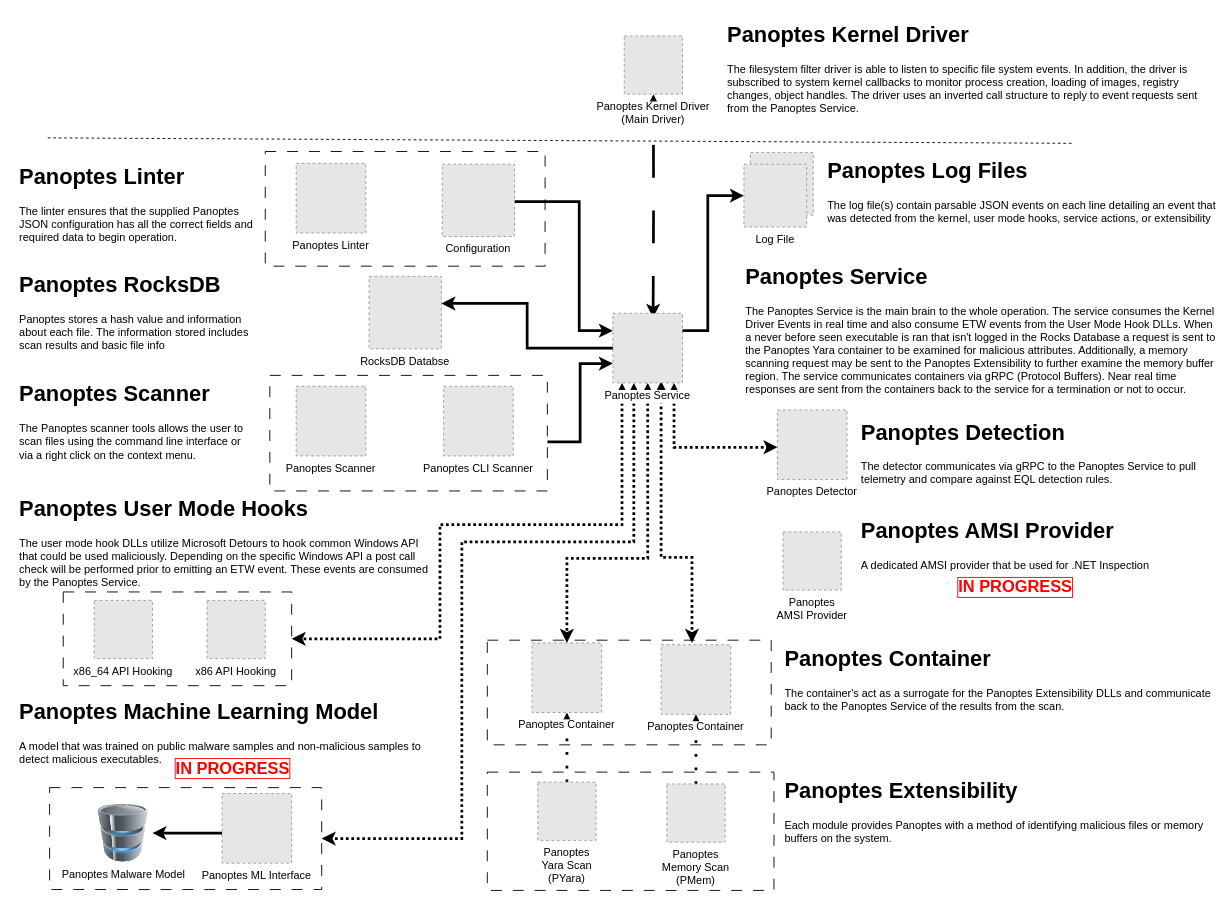
The draw.io diagram assets/diagrams/diagrams.drawio in Ap3x/Panoptes, before the edit. Source tidied: cells renumbered, new cells numbered last; positions are measured from the earlier drawing's top-left corner, leaving out a move shared by most shapes. Both pictures are drawn from the tidied source at 91%, with x=0, y=0 at pixel (17, 15). Pictures stored in the file or linked from it are replaced by grey dashed boxes.
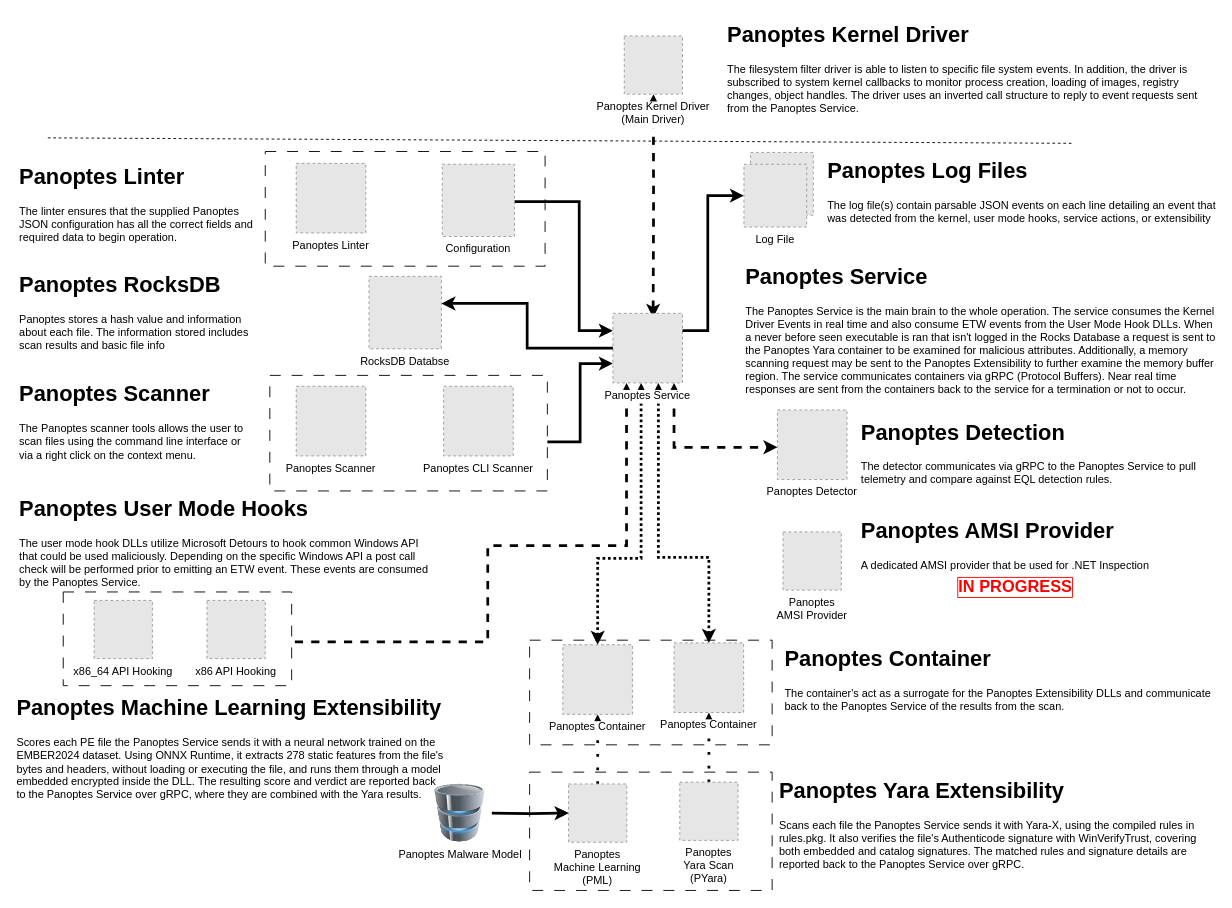
The same diagram, later.

The change refers to these unchanged cells:
```xml
<mxCell id="11" style="rounded=0;whiteSpace=wrap;html=1;fillColor=none;dashed=1;dashPattern=12 12;" parent="1" vertex="1">
  <mxGeometry x="50" y="633" width="251" height="103" as="geometry" />
</mxCell>
<mxCell id="19" value="Panoptes Service" style="fillColor=#E6E6E6;strokeColor=#999999;dashed=1;verticalLabelPosition=bottom;labelBackgroundColor=default;verticalAlign=top;" parent="1" vertex="1">
  <mxGeometry x="654" y="326.8" width="76.5" height="76.5" as="geometry" />
</mxCell>
<mxCell id="34" value="Panoptes Kernel Driver&#10;(Main Driver)" style="fillColor=#E6E6E6;strokeColor=#999999;dashed=1;verticalLabelPosition=bottom;labelBackgroundColor=default;verticalAlign=top;" parent="1" vertex="1">
  <mxGeometry x="666.5" y="22" width="64" height="64" as="geometry" />
</mxCell>
<mxCell id="55" value="Panoptes Detector" style="fillColor=#E6E6E6;strokeColor=#999999;dashed=1;verticalLabelPosition=bottom;labelBackgroundColor=default;verticalAlign=top;" parent="1" vertex="1">
  <mxGeometry x="834.8" y="433" width="76.5" height="76.5" as="geometry" />
</mxCell>
```

Change to the diagram source:
```diff
@@
-    <mxCell id="2" style="edgeStyle=orthogonalEdgeStyle;rounded=0;jettySize=auto;html=1;dashed=1;dashPattern=1 1;strokeWidth=3;startArrow=classic;startFill=1;flowAnimation=1;flowAnimationDirection=alternate;flowAnimationTimingFunction=linear;flowAnimationDuration=2000;" parent="1" edge="1" source="19" target="55">
+    <mxCell id="2" style="edgeStyle=orthogonalEdgeStyle;rounded=0;jettySize=auto;html=1;dashed=1;strokeWidth=3;startArrow=classic;startFill=1;flowAnimation=1;flowAnimationDirection=alternate;flowAnimationTimingFunction=linear;flowAnimationDuration=2000;" parent="1" edge="1" source="19" target="55">
       <mxGeometry x="-0.05" relative="1" as="geometry">
         <Array as="points">
           <mxPoint x="721.2" y="474" />
         </Array>
       </mxGeometry>
     </mxCell>
@@
-    <mxCell id="5" style="rounded=0;whiteSpace=wrap;html=1;fillColor=none;dashed=1;dashPattern=12 12;" parent="1" vertex="1">
-      <mxGeometry x="35" y="848" width="299" height="112" as="geometry" />
-    </mxCell>
-    <mxCell id="6" style="edgeStyle=orthogonalEdgeStyle;rounded=0;jettySize=auto;html=1;dashed=1;dashPattern=1 1;strokeWidth=3;startArrow=classic;startFill=1;flowAnimation=1;flowAnimationDirection=alternate;flowAnimationTimingFunction=linear;flowAnimationDuration=2000;" parent="1" edge="1" source="19" target="5">
-      <mxGeometry x="0.33" relative="1" as="geometry">
-        <Array as="points">
-          <mxPoint x="677" y="578" />
-          <mxPoint x="488" y="578" />
-          <mxPoint x="488" y="904" />
-        </Array>
-      </mxGeometry>
-    </mxCell>
     <mxCell id="7" style="rounded=0;whiteSpace=wrap;html=1;fillColor=none;dashed=1;dashPattern=12 12;" parent="1" vertex="1">
-      <mxGeometry x="516" y="831" width="315" height="130" as="geometry" />
+      <mxGeometry x="562.5" y="831" width="266.5" height="130" as="geometry" />
     </mxCell>
-    <mxCell id="8" style="edgeStyle=orthogonalEdgeStyle;rounded=0;jettySize=auto;html=1;dashed=1;dashPattern=1 1;strokeWidth=3;startArrow=classic;startFill=1;flowAnimation=1;flowAnimationDirection=alternate;flowAnimationTimingFunction=linear;flowAnimationDuration=2000;" parent="1" edge="1" source="19" target="11">
+    <mxCell id="8" style="edgeStyle=orthogonalEdgeStyle;rounded=0;jettySize=auto;html=1;dashed=1;strokeWidth=3;startArrow=classic;startFill=1;flowAnimation=1;flowAnimationDirection=reverse;flowAnimationTimingFunction=linear;flowAnimationDuration=2000;endArrow=none;endFill=0;" parent="1" edge="1" source="19" target="11">
       <mxGeometry x="0.54" relative="1" as="geometry">
         <Array as="points">
-          <mxPoint x="664" y="559" />
-          <mxPoint x="464" y="559" />
-          <mxPoint x="464" y="684.5" />
+          <mxPoint x="669" y="582.1" />
+          <mxPoint x="516.5" y="582.1" />
+          <mxPoint x="516.5" y="687.9" />
         </Array>
       </mxGeometry>
     </mxCell>
@@
     <mxCell id="12" style="rounded=0;whiteSpace=wrap;html=1;fillColor=none;dashed=1;dashPattern=12 12;" parent="1" vertex="1">
-      <mxGeometry x="516" y="686" width="312" height="115" as="geometry" />
+      <mxGeometry x="562.5" y="686" width="266.5" height="115" as="geometry" />
     </mxCell>
@@
-    <mxCell id="16" style="edgeStyle=orthogonalEdgeStyle;rounded=0;jettySize=auto;html=1;dashed=1;dashPattern=1 1;strokeWidth=3;startArrow=classic;startFill=1;flowAnimation=1;flowAnimationDirection=alternate;flowAnimationTimingFunction=linear;flowAnimationDuration=2000;exitX=0.5;exitY=1;exitDx=0;exitDy=0;entryX=0.5;entryY=0;entryDx=0;entryDy=0;" parent="1" edge="1" source="19" target="22">
-      <mxGeometry relative="1" as="geometry">
+    <mxCell id="16" style="edgeStyle=orthogonalEdgeStyle;rounded=0;jettySize=auto;html=1;dashed=1;dashPattern=1 1;strokeWidth=3;startArrow=classic;startFill=1;flowAnimation=1;flowAnimationDirection=alternate;flowAnimationTimingFunction=linear;flowAnimationDuration=2000;entryX=0.5;entryY=0;entryDx=0;entryDy=0;" parent="1" edge="1" source="19" target="38">
+      <mxGeometry x="0.41" relative="1" as="geometry">
         <Array as="points">
-          <mxPoint x="692.3" y="596" />
-          <mxPoint x="603.5" y="596" />
+          <mxPoint x="685" y="596" />
+          <mxPoint x="637.3" y="596" />
         </Array>
       </mxGeometry>
     </mxCell>
-    <mxCell id="17" style="edgeStyle=orthogonalEdgeStyle;rounded=0;orthogonalLoop=1;jettySize=auto;html=1;dashed=1;dashPattern=1 1;strokeWidth=3;startArrow=classic;startFill=1;flowAnimation=1;flowAnimationDirection=alternate;flowAnimationTimingFunction=linear;flowAnimationDuration=2000;exitX=0.75;exitY=1;exitDx=0;exitDy=0;entryX=0.5;entryY=0;entryDx=0;entryDy=0;" parent="1" edge="1">
+    <mxCell id="17" style="edgeStyle=orthogonalEdgeStyle;rounded=0;jettySize=auto;html=1;dashed=1;dashPattern=1 1;strokeWidth=3;startArrow=classic;startFill=1;flowAnimation=1;flowAnimationDirection=alternate;flowAnimationTimingFunction=linear;flowAnimationDuration=2000;entryX=0.5;entryY=0;entryDx=0;entryDy=0;" parent="1" edge="1" source="19" target="22">
       <mxGeometry x="0.23" relative="1" as="geometry">
-        <mxPoint x="707" y="401.2" as="sourcePoint" />
-        <mxPoint x="740.9" y="689" as="targetPoint" />
         <Array as="points">
-          <mxPoint x="707" y="595" />
-          <mxPoint x="740.9" y="595" />
+          <mxPoint x="704" y="595" />
+          <mxPoint x="759.5" y="595" />
         </Array>
       </mxGeometry>
     </mxCell>
-    <mxCell id="18" style="edgeStyle=orthogonalEdgeStyle;rounded=0;jettySize=auto;html=1;dashed=1;dashPattern=12 12;strokeWidth=3;startArrow=classic;startFill=1;flowAnimation=1;flowAnimationDirection=normal;flowAnimationTimingFunction=linear;flowAnimationDuration=1000;entryX=0.5;entryY=1;entryDx=0;entryDy=0;" parent="1" edge="1" target="34">
+    <mxCell id="18" style="edgeStyle=orthogonalEdgeStyle;rounded=0;jettySize=auto;html=1;dashed=1;strokeWidth=3;startArrow=classic;startFill=1;flowAnimation=1;flowAnimationDirection=reverse;flowAnimationTimingFunction=linear;flowAnimationDuration=1000;entryX=0.5;entryY=1;entryDx=0;entryDy=0;" parent="1" edge="1" target="34">
       <mxGeometry relative="1" as="geometry">
         <mxPoint x="698.2" y="331.8" as="sourcePoint" />
       </mxGeometry>
     </mxCell>
@@
     <mxCell id="22" value="Panoptes Container" style="fillColor=#E6E6E6;strokeColor=#999999;dashed=1;verticalLabelPosition=bottom;labelBackgroundColor=default;verticalAlign=top;" parent="1" vertex="1">
-      <mxGeometry x="565.2" y="689" width="76.5" height="76.5" as="geometry" />
+      <mxGeometry x="721.2" y="689" width="76.5" height="76.5" as="geometry" />
     </mxCell>
     <mxCell id="23" value="Panoptes &#10;Yara Scan&#10;(PYara)" style="fillColor=#E6E6E6;strokeColor=#999999;dashed=1;verticalLabelPosition=bottom;labelBackgroundColor=default;verticalAlign=top;" parent="1" vertex="1">
-      <mxGeometry x="571.5" y="842" width="64" height="64" as="geometry" />
+      <mxGeometry x="727.5" y="842" width="64" height="64" as="geometry" />
     </mxCell>
@@
-    <mxCell id="35" value="&lt;h1 style=&quot;margin-top: 0px;&quot;&gt;Panoptes Extensibility &lt;/h1&gt;&lt;div&gt;Each module provides Panoptes with a method of identifying malicious files or memory buffers on the system.&lt;/div&gt;" style="text;html=1;whiteSpace=wrap;overflow=hidden;rounded=0;" parent="1" vertex="1">
-      <mxGeometry x="841" y="831" width="476" height="100" as="geometry" />
-    </mxCell>
@@
-    <mxCell id="37" style="edgeStyle=orthogonalEdgeStyle;rounded=0;jettySize=auto;html=1;strokeWidth=3;dashed=1;dashPattern=1 4;flowAnimation=1;" parent="1" edge="1" source="39" target="38">
-      <mxGeometry relative="1" as="geometry" />
+    <mxCell id="37" style="edgeStyle=orthogonalEdgeStyle;rounded=0;orthogonalLoop=1;jettySize=auto;html=1;strokeWidth=3;dashed=1;dashPattern=1 4;flowAnimation=1;" parent="1" edge="1">
+      <mxGeometry relative="1" as="geometry">
+        <mxPoint x="745.3" y="844" as="sourcePoint" />
+      </mxGeometry>
     </mxCell>
-    <mxCell id="38" value="Panoptes Container" style="fillColor=#E6E6E6;strokeColor=#999999;dashed=1;verticalLabelPosition=bottom;labelBackgroundColor=default;verticalAlign=top;" parent="1" vertex="1">
-      <mxGeometry x="707" y="691" width="76.5" height="76.5" as="geometry" />
-    </mxCell>
-    <mxCell id="39" value="Panoptes &#10;Memory Scan&#10;(PMem)" style="fillColor=#E6E6E6;strokeColor=#999999;dashed=1;verticalLabelPosition=bottom;labelBackgroundColor=default;verticalAlign=top;" parent="1" vertex="1">
-      <mxGeometry x="713.3" y="844" width="64" height="64" as="geometry" />
-    </mxCell>
@@
-    <mxCell id="49" value="&lt;h1 style=&quot;margin-top: 0px;&quot;&gt;Panoptes Machine Learning Model&lt;br&gt;&lt;/h1&gt;&lt;h1 style=&quot;margin-top: 0px;&quot;&gt;&lt;div style=&quot;font-size: 12px; font-weight: 400;&quot;&gt;A model that was trained on public malware samples and non-malicious samples to detect malicious executables.&lt;/div&gt;&lt;/h1&gt;" style="text;html=1;whiteSpace=wrap;overflow=hidden;rounded=0;noLabel=0;" parent="1" vertex="1">
-      <mxGeometry y="744" width="452" height="86" as="geometry" />
+    <mxCell id="49" value="&lt;h1 style=&quot;margin-top: 0px;&quot;&gt;Panoptes Machine Learning Extensibility&lt;br&gt;&lt;/h1&gt;&lt;h1 style=&quot;margin-top: 0px;&quot;&gt;&lt;div style=&quot;font-size: 12px; font-weight: 400;&quot;&gt;Scores each PE file the Panoptes Service sends it with a neural network trained on the EMBER2024 dataset. Using ONNX Runtime, it extracts 278 static features from the file's bytes and headers, without loading or executing the file, and runs them through a model embedded encrypted inside the DLL. The resulting score and verdict are reported back to the Panoptes Service over gRPC, where they are combined with the Yara results.&lt;/div&gt;&lt;/h1&gt;" style="text;html=1;whiteSpace=wrap;overflow=hidden;rounded=0;noLabel=0;" parent="1" vertex="1">
+      <mxGeometry x="-2.8" y="740" width="476" height="173" as="geometry" />
     </mxCell>
+    <mxCell id="56" style="edgeStyle=orthogonalEdgeStyle;rounded=0;jettySize=auto;html=1;defaultLabelBackgroundColor=page;strokeWidth=3;" parent="1" edge="1" target="59">
+      <mxGeometry relative="1" as="geometry">
+        <mxPoint x="521" y="876" as="sourcePoint" />
+      </mxGeometry>
+    </mxCell>
+    <mxCell id="57" style="edgeStyle=orthogonalEdgeStyle;rounded=0;jettySize=auto;html=1;defaultLabelBackgroundColor=page;" parent="1" edge="1" target="59">
+      <mxGeometry relative="1" as="geometry">
+        <mxPoint x="521" y="876" as="sourcePoint" />
+      </mxGeometry>
+    </mxCell>
     <mxCell id="50" value="Panoptes Malware Model" style="image;html=1;image=img/lib/clip_art/computers/Database_128x128.png;labelPerimeter=1;" parent="1" vertex="1">
-      <mxGeometry x="84" y="866" width="64" height="64" as="geometry" />
+      <mxGeometry x="454" y="844" width="64" height="64" as="geometry" />
     </mxCell>
-    <mxCell id="51" style="edgeStyle=orthogonalEdgeStyle;rounded=0;jettySize=auto;html=1;defaultLabelBackgroundColor=page;strokeWidth=3;" parent="1" edge="1" source="52" target="50">
-      <mxGeometry relative="1" as="geometry">
-        <Array as="points">
-          <mxPoint x="205" y="898" />
-          <mxPoint x="205" y="898" />
-        </Array>
-      </mxGeometry>
-    </mxCell>
-    <mxCell id="52" value="Panoptes ML Interface&#10;" style="fillColor=#E6E6E6;strokeColor=#999999;dashed=1;verticalLabelPosition=bottom;labelBackgroundColor=default;verticalAlign=top;" parent="1" vertex="1">
-      <mxGeometry x="224.5" y="854.5" width="76.5" height="76.5" as="geometry" />
-    </mxCell>
-    <mxCell id="53" value="&lt;b&gt;&lt;font style=&quot;font-size: 18px;&quot;&gt;IN PROGRESS&lt;/font&gt;&lt;/b&gt;" style="text;html=1;whiteSpace=wrap;strokeColor=none;fillColor=none;align=center;verticalAlign=middle;rounded=0;fontColor=#FF0000;rotation=0;multiple=0;labelBorderColor=#FF0000;" parent="1" vertex="1">
-      <mxGeometry x="166.9" y="812" width="139.1" height="30" as="geometry" />
-    </mxCell>
@@
+    <mxCell id="58" style="edgeStyle=orthogonalEdgeStyle;rounded=0;jettySize=auto;html=1;strokeWidth=3;dashed=1;dashPattern=1 4;flowAnimation=1;" parent="1" edge="1" source="59" target="38">
+      <mxGeometry relative="1" as="geometry" />
+    </mxCell>
+    <mxCell id="38" value="Panoptes Container" style="fillColor=#E6E6E6;strokeColor=#999999;dashed=1;verticalLabelPosition=bottom;labelBackgroundColor=default;verticalAlign=top;" parent="1" vertex="1">
+      <mxGeometry x="599" y="691" width="76.5" height="76.5" as="geometry" />
+    </mxCell>
+    <mxCell id="59" value="Panoptes &#10;Machine Learning&#10;(PML)" style="fillColor=#E6E6E6;strokeColor=#999999;dashed=1;verticalLabelPosition=bottom;labelBackgroundColor=default;verticalAlign=top;" parent="1" vertex="1">
+      <mxGeometry x="605.3" y="844" width="64" height="64" as="geometry" />
+    </mxCell>
+    <mxCell id="60" value="&lt;h1 style=&quot;margin-top: 0px;&quot;&gt;Panoptes Yara Extensibility&lt;br&gt;&lt;/h1&gt;&lt;h1 style=&quot;margin-top: 0px;&quot;&gt;&lt;div style=&quot;font-size: 12px; font-weight: 400;&quot;&gt;Scans each file the Panoptes Service sends it with Yara-X, using the compiled rules in rules.pkg. It also verifies the file's Authenticode signature with WinVerifyTrust, covering both embedded and catalog signatures. The matched rules and signature details are reported back to the Panoptes Service over gRPC.&lt;/div&gt;&lt;/h1&gt;" style="text;html=1;whiteSpace=wrap;overflow=hidden;rounded=0;noLabel=0;" parent="1" vertex="1">
+      <mxGeometry x="834.8" y="831" width="482.2" height="130" as="geometry" />
+    </mxCell>
```
